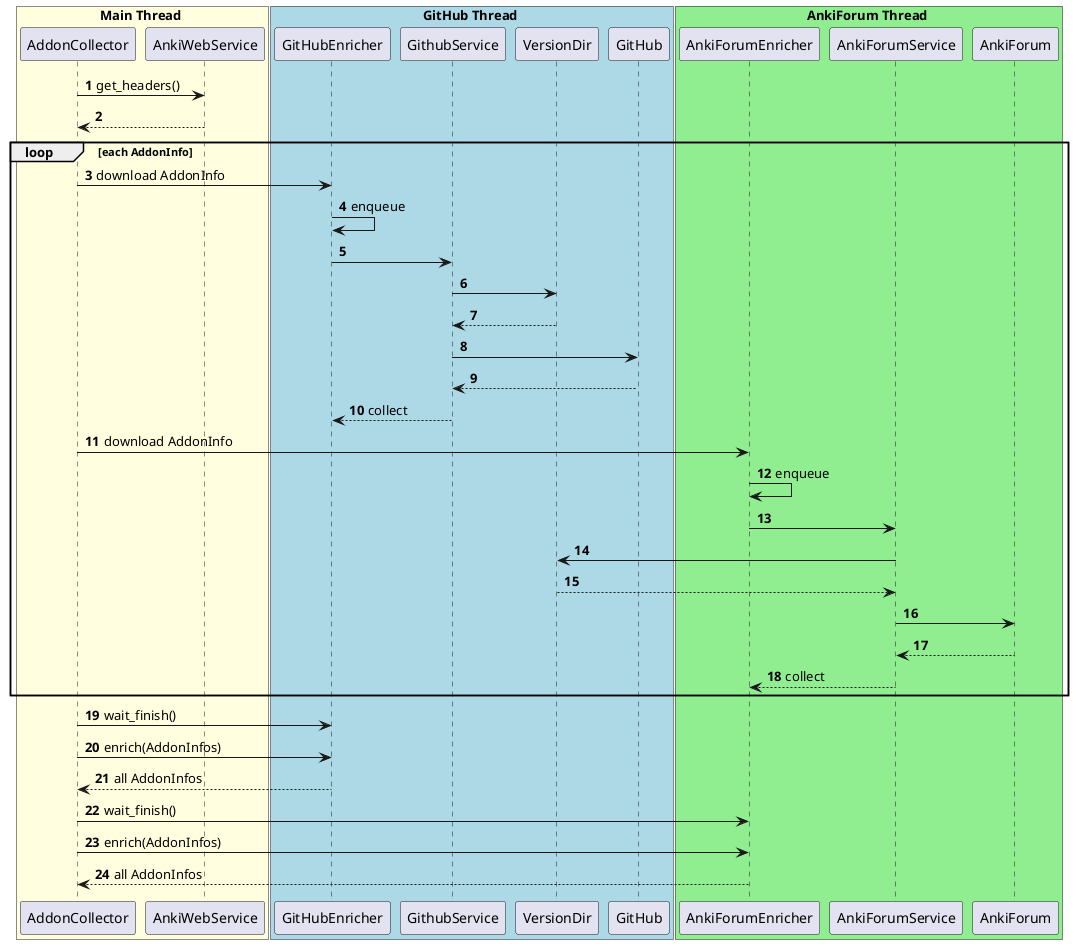
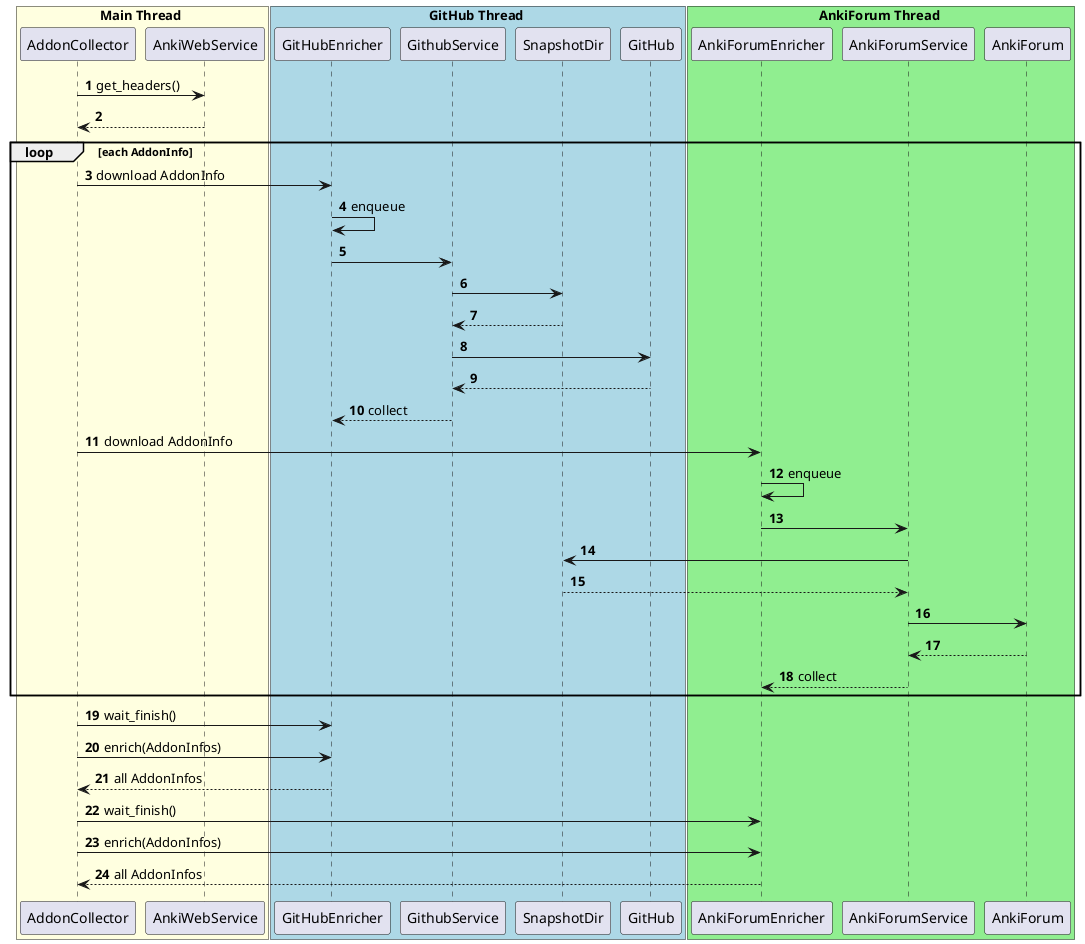
@startuml
'https://plantuml.com/sequence-diagram

autonumber

box Main Thread #lightyellow
    AddonCollector -> AnkiWebService: get_headers()
    AddonCollector <-- AnkiWebService
end box

loop each AddonInfo
    box GitHub Thread #lightblue
        AddonCollector -> GitHubEnricher: download AddonInfo
        GitHubEnricher -> GitHubEnricher: enqueue
        GitHubEnricher -> GithubService
-         GithubService -> VersionDir
-         GithubService <-- VersionDir
+         GithubService -> SnapshotDir
+         GithubService <-- SnapshotDir
        GithubService -> GitHub
        GithubService <-- GitHub
        GitHubEnricher <-- GithubService: collect
    end box
    box AnkiForum Thread #lightgreen
        AddonCollector -> AnkiForumEnricher: download AddonInfo
        AnkiForumEnricher -> AnkiForumEnricher: enqueue
        AnkiForumEnricher -> AnkiForumService
-         AnkiForumService -> VersionDir
-         AnkiForumService <-- VersionDir
+         AnkiForumService -> SnapshotDir
+         AnkiForumService <-- SnapshotDir
        AnkiForumService -> AnkiForum
        AnkiForumService <-- AnkiForum
        AnkiForumEnricher <-- AnkiForumService: collect
    end box
end

AddonCollector -> GitHubEnricher: wait_finish()
AddonCollector -> GitHubEnricher: enrich(AddonInfos)
AddonCollector <-- GitHubEnricher: all AddonInfos

AddonCollector -> AnkiForumEnricher: wait_finish()
AddonCollector -> AnkiForumEnricher: enrich(AddonInfos)
AddonCollector <-- AnkiForumEnricher: all AddonInfos
@enduml